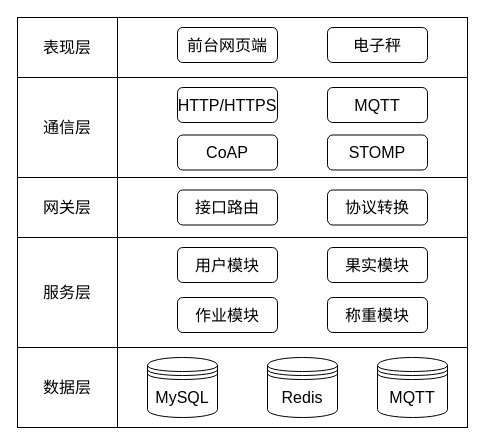
Earlier version of the draw.io diagram design/软件分层架构图.dio (akynazh/aws). Source tidied: cells renumbered, new cells numbered last; positions are measured from the earlier drawing's top-left corner, leaving out a move shared by most shapes. Both pictures are drawn from the tidied source at 100%, with x=0, y=0 at pixel (17, 17).
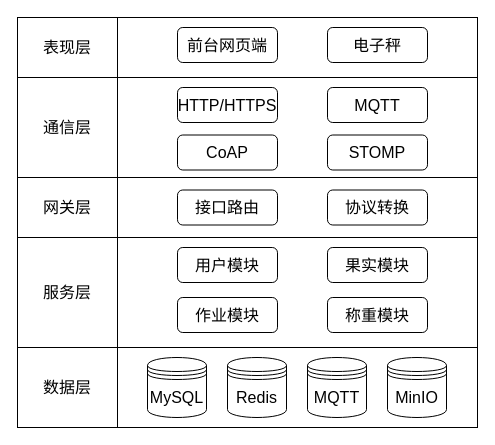
Above is the later version.

Diff of the diagram source:
```diff
@@
     <mxCell id="2" style="rounded=0;whiteSpace=wrap;html=1;fontFamily=Songti SC;fontSize=16;" parent="1" vertex="1">
-      <mxGeometry x="100" y="220" width="350" height="110" as="geometry" />
+      <mxGeometry x="100" y="220" width="360" height="110" as="geometry" />
     </mxCell>
     <mxCell id="3" style="rounded=0;whiteSpace=wrap;html=1;fontFamily=Songti SC;fontSize=16;" parent="1" vertex="1">
-      <mxGeometry x="100" width="350" height="60" as="geometry" />
+      <mxGeometry x="100" width="360" height="60" as="geometry" />
     </mxCell>
     <mxCell id="4" style="rounded=0;whiteSpace=wrap;html=1;fontFamily=Songti SC;fontSize=16;" parent="1" vertex="1">
-      <mxGeometry x="100" y="60" width="350" height="100" as="geometry" />
+      <mxGeometry x="100" y="60" width="360" height="100" as="geometry" />
     </mxCell>
     <mxCell id="5" style="rounded=0;whiteSpace=wrap;html=1;fontFamily=Songti SC;fontSize=16;" parent="1" vertex="1">
-      <mxGeometry x="100" y="330" width="350" height="80" as="geometry" />
+      <mxGeometry x="100" y="330" width="360" height="80" as="geometry" />
     </mxCell>
@@
     <mxCell id="15" value="&lt;font&gt;MySQL&lt;/font&gt;" style="shape=datastore;whiteSpace=wrap;html=1;fontFamily=Songti SC;fontSize=16;" parent="1" vertex="1">
-      <mxGeometry x="130" y="340" width="70" height="60" as="geometry" />
+      <mxGeometry x="130" y="340" width="59" height="60" as="geometry" />
     </mxCell>
     <mxCell id="16" value="&lt;font&gt;Redis&lt;/font&gt;" style="shape=datastore;whiteSpace=wrap;html=1;fontFamily=Songti SC;fontSize=16;" parent="1" vertex="1">
-      <mxGeometry x="250" y="340" width="70" height="60" as="geometry" />
+      <mxGeometry x="210" y="340" width="59" height="60" as="geometry" />
     </mxCell>
     <mxCell id="17" value="&lt;font&gt;MQTT&lt;/font&gt;" style="shape=datastore;whiteSpace=wrap;html=1;fontFamily=Songti SC;fontSize=16;" parent="1" vertex="1">
-      <mxGeometry x="360" y="340" width="70" height="60" as="geometry" />
+      <mxGeometry x="290" y="340" width="59" height="60" as="geometry" />
     </mxCell>
@@
     <mxCell id="24" style="rounded=0;whiteSpace=wrap;html=1;fontFamily=Songti SC;fontSize=16;" parent="1" vertex="1">
-      <mxGeometry x="100" y="160" width="350" height="60" as="geometry" />
+      <mxGeometry x="100" y="160" width="360" height="60" as="geometry" />
     </mxCell>
@@
+    <mxCell id="27" value="&lt;font&gt;MinIO&lt;/font&gt;" style="shape=datastore;whiteSpace=wrap;html=1;fontFamily=Songti SC;fontSize=16;" parent="1" vertex="1">
+      <mxGeometry x="370" y="340" width="59" height="60" as="geometry" />
+    </mxCell>
```
